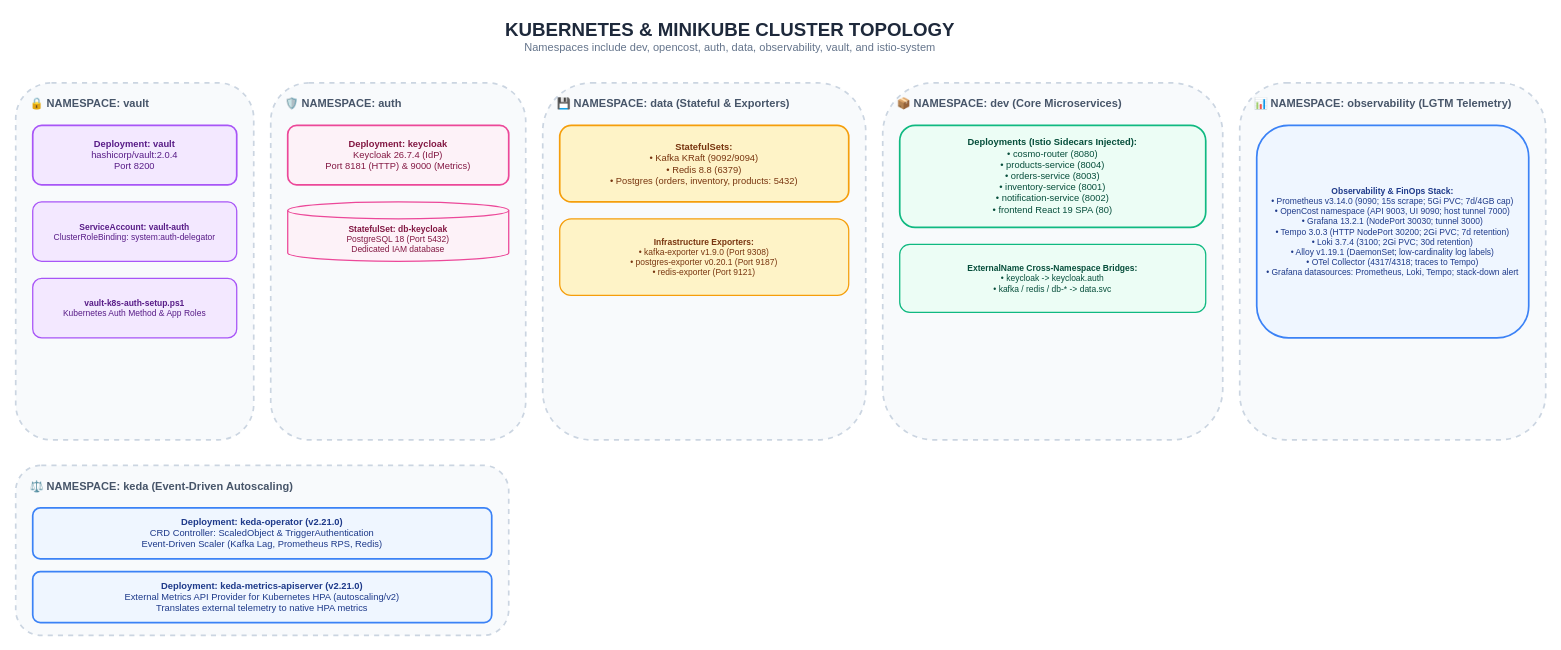
Above: page "6. Kubernetes & Minikube Cluster Topology" (6 of 12) of docs/Diagrams.drawio in GeorgeGxx/microservices-architecture (draw.io), before the change. Source tidied: cells renumbered, new cells numbered last; positions are measured from the earlier drawing's top-left corner, leaving out a move shared by most shapes. Both pictures are drawn from the tidied source at 85%, with x=0, y=0 at pixel (15, 14).
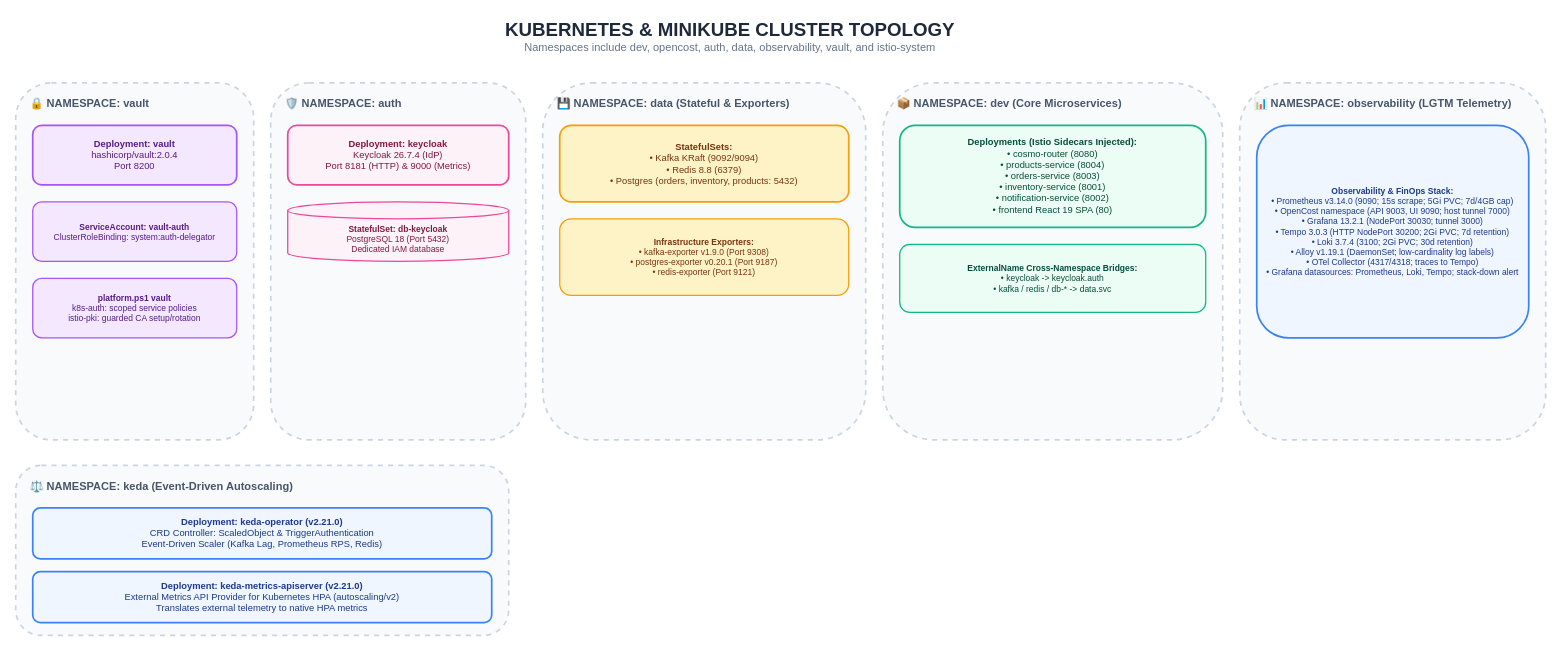
Above is the later version.

Diff of the diagram source:
```diff
@@
-    <mxCell id="6" value="&lt;b&gt;vault-k8s-auth-setup.ps1&lt;/b&gt;&lt;br&gt;Kubernetes Auth Method &amp; App Roles" style="rounded=1;whiteSpace=wrap;html=1;fillColor=#F3E8FF;strokeColor=#A855F7;strokeWidth=1.5;fontColor=#581C87;fontSize=10;" parent="1" vertex="1">
+    <mxCell id="6" value="&lt;b&gt;platform.ps1 vault&lt;/b&gt;&lt;br&gt;k8s-auth: scoped service policies&lt;br&gt;istio-pki: guarded CA setup/rotation" style="rounded=1;whiteSpace=wrap;html=1;fillColor=#F3E8FF;strokeColor=#A855F7;strokeWidth=1.5;fontColor=#581C87;fontSize=10;" parent="1" vertex="1">
       <mxGeometry x="20" y="310" width="240" height="70" as="geometry" />
     </mxCell>
```
